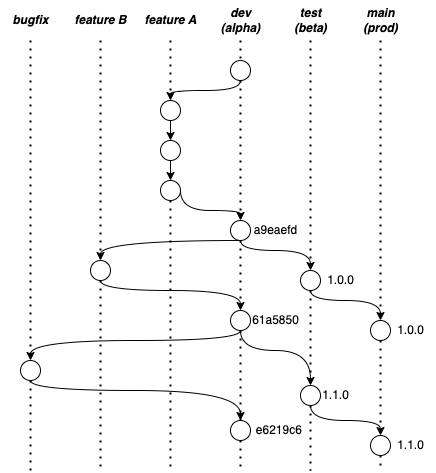
Above: img/tesi-13-branching.drawio.png in paganellif/tesi-paganelli (draw.io), before the change. Source tidied: cells renumbered, new cells last; positions are measured from the earlier drawing's top-left corner, leaving out a move shared by most shapes.
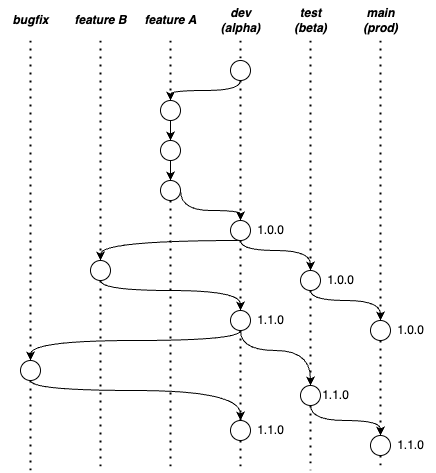
Above is the later version.

Diff of the diagram source:
```diff
@@ -177,9 +177,6 @@
     <mxCell id="39" style="endArrow=none;dashed=1;html=1;dashPattern=1 3;strokeWidth=2;rounded=0;startArrow=none;" parent="1" edge="1" source="25" target="38">
       <mxGeometry relative="1" as="geometry" />
     </mxCell>
-    <mxCell id="40" value="a9eaefd" style="text;html=1;align=center;verticalAlign=middle;strokeColor=none;fillColor=none;" parent="1" vertex="1">
-      <mxGeometry x="240" y="215" width="70" height="30" as="geometry" />
-    </mxCell>
     <mxCell id="41" value="1.0.0" style="text;html=1;align=center;verticalAlign=middle;strokeColor=none;fillColor=none;" parent="1" vertex="1">
       <mxGeometry x="315" y="265" width="50" height="30" as="geometry" />
     </mxCell>
@@ -236,11 +233,14 @@
     <mxCell id="54" value="1.1.0" style="text;html=1;align=center;verticalAlign=middle;strokeColor=none;fillColor=none;" parent="1" vertex="1">
       <mxGeometry x="310" y="380" width="50" height="30" as="geometry" />
     </mxCell>
-    <mxCell id="55" value="61a5850" style="text;html=1;align=center;verticalAlign=middle;strokeColor=none;fillColor=none;" parent="1" vertex="1">
-      <mxGeometry x="240" y="305" width="70" height="30" as="geometry" />
-    </mxCell>
-    <mxCell id="56" value="e6219c6&amp;nbsp;" style="text;html=1;align=center;verticalAlign=middle;strokeColor=none;fillColor=none;" parent="1" vertex="1">
-      <mxGeometry x="245" y="415" width="70" height="30" as="geometry" />
-    </mxCell>
+    <mxCell id="57" value="1.0.0" style="text;html=1;align=center;verticalAlign=middle;strokeColor=none;fillColor=none;" parent="1" vertex="1">
+      <mxGeometry x="245" y="215" width="50" height="30" as="geometry" />
+    </mxCell>
+    <mxCell id="58" value="1.1.0" style="text;html=1;align=center;verticalAlign=middle;strokeColor=none;fillColor=none;" parent="1" vertex="1">
+      <mxGeometry x="245" y="305" width="50" height="30" as="geometry" />
+    </mxCell>
+    <mxCell id="59" value="1.1.0" style="text;html=1;align=center;verticalAlign=middle;strokeColor=none;fillColor=none;" parent="1" vertex="1">
+      <mxGeometry x="245" y="415" width="50" height="30" as="geometry" />
+    </mxCell>
   </root>
 </mxGraphModel>
```
